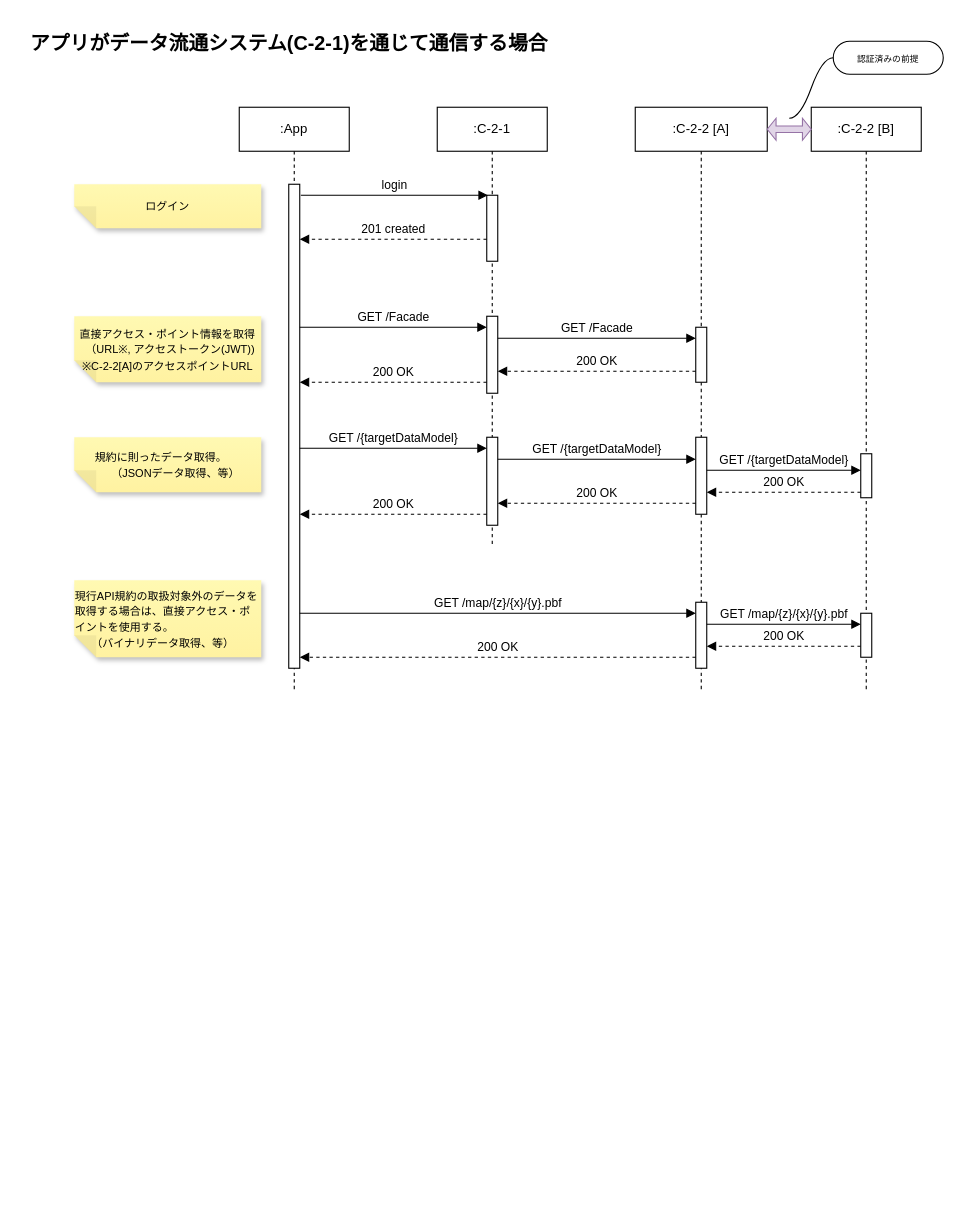
This is page "C-2-1経由" (1 of 4) of models/access-scheme.drawio from Sportacandy/C-2-2API, a draw.io file, before an edit. Source tidied: cells renumbered, new cells numbered last; positions are measured from the earlier drawing's top-left corner, leaving out a move shared by most shapes. Both pictures are drawn from the tidied source at 110%, with x=0, y=0 at pixel (19, 19).
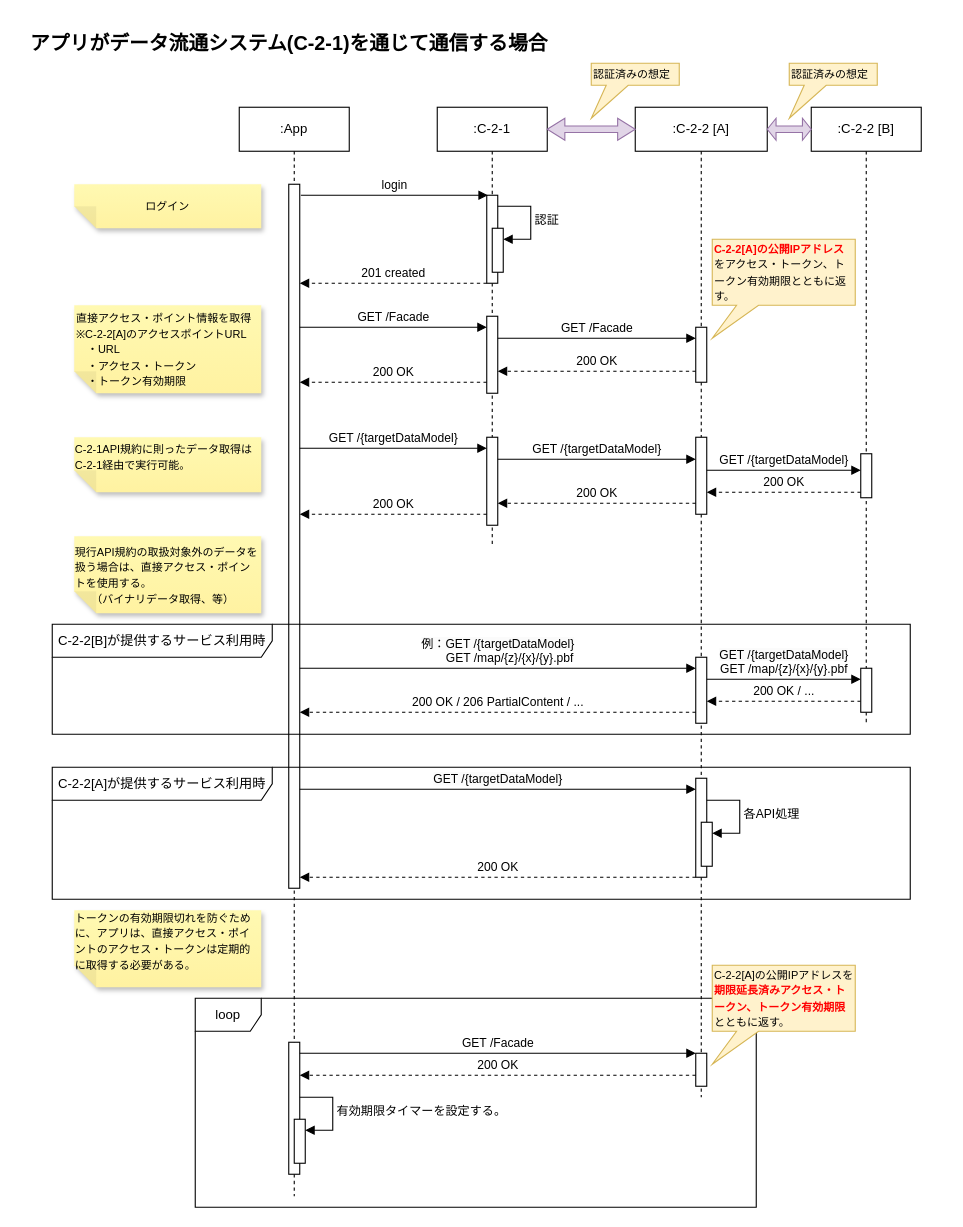
Above is the later version.

Unchanged cells that the change refers to:
```xml
<mxCell id="6" value=":C-2-1" style="shape=umlLifeline;perimeter=lifelinePerimeter;whiteSpace=wrap;html=1;outlineConnect=0;portConstraint=eastwest;newEdgeStyle={&quot;edgeStyle&quot;:&quot;elbowEdgeStyle&quot;,&quot;elbow&quot;:&quot;vertical&quot;,&quot;curved&quot;:0,&quot;rounded&quot;:0};" parent="1" vertex="1">
  <mxGeometry x="380" y="80" width="100" height="400" as="geometry" />
</mxCell>
```

Change to the diagram source:
```diff
@@
     <mxCell id="2" value=":C-2-2 [B]" style="shape=umlLifeline;perimeter=lifelinePerimeter;whiteSpace=wrap;html=1;newEdgeStyle={&quot;edgeStyle&quot;:&quot;elbowEdgeStyle&quot;,&quot;elbow&quot;:&quot;vertical&quot;,&quot;curved&quot;:0,&quot;rounded&quot;:0};" parent="1" vertex="1">
-      <mxGeometry x="720" y="80" width="100" height="530" as="geometry" />
+      <mxGeometry x="720" y="80" width="100" height="560" as="geometry" />
     </mxCell>
@@
     <mxCell id="4" value=":App" style="shape=umlLifeline;perimeter=lifelinePerimeter;whiteSpace=wrap;html=1;newEdgeStyle={&quot;edgeStyle&quot;:&quot;elbowEdgeStyle&quot;,&quot;elbow&quot;:&quot;vertical&quot;,&quot;curved&quot;:0,&quot;rounded&quot;:0};" parent="1" vertex="1">
-      <mxGeometry x="200" y="80" width="100" height="530" as="geometry" />
+      <mxGeometry x="200" y="80" width="100" height="990" as="geometry" />
     </mxCell>
     <mxCell id="5" style="html=1;points=[];perimeter=orthogonalPerimeter;outlineConnect=0;targetShapes=umlLifeline;portConstraint=eastwest;newEdgeStyle={&quot;edgeStyle&quot;:&quot;elbowEdgeStyle&quot;,&quot;elbow&quot;:&quot;vertical&quot;,&quot;curved&quot;:0,&quot;rounded&quot;:0};" parent="4" vertex="1">
-      <mxGeometry x="45" y="70" width="10" height="440" as="geometry" />
+      <mxGeometry x="45" y="70" width="10" height="640" as="geometry" />
     </mxCell>
+    <mxCell id="40" style="html=1;points=[[0,0,0,0,5],[0,1,0,0,-5],[1,0,0,0,5],[1,1,0,0,-5]];perimeter=orthogonalPerimeter;outlineConnect=0;targetShapes=umlLifeline;portConstraint=eastwest;newEdgeStyle={&quot;curved&quot;:0,&quot;rounded&quot;:0};" parent="4" vertex="1">
+      <mxGeometry x="45" y="850" width="10" height="120" as="geometry" />
+    </mxCell>
@@
     <mxCell id="8" style="html=1;points=[];perimeter=orthogonalPerimeter;outlineConnect=0;targetShapes=umlLifeline;portConstraint=eastwest;newEdgeStyle={&quot;edgeStyle&quot;:&quot;elbowEdgeStyle&quot;,&quot;elbow&quot;:&quot;vertical&quot;,&quot;curved&quot;:0,&quot;rounded&quot;:0};" parent="6" vertex="1">
-      <mxGeometry x="45" y="80" width="10" height="60" as="geometry" />
+      <mxGeometry x="45" y="80" width="10" height="80" as="geometry" />
     </mxCell>
@@
+    <mxCell id="41" style="html=1;points=[[0,0,0,0,5],[0,1,0,0,-5],[1,0,0,0,5],[1,1,0,0,-5]];perimeter=orthogonalPerimeter;outlineConnect=0;targetShapes=umlLifeline;portConstraint=eastwest;newEdgeStyle={&quot;curved&quot;:0,&quot;rounded&quot;:0};" parent="6" vertex="1">
+      <mxGeometry x="50" y="110" width="10" height="40" as="geometry" />
+    </mxCell>
+    <mxCell id="42" value="認証" style="html=1;align=left;spacingLeft=2;endArrow=block;rounded=0;edgeStyle=orthogonalEdgeStyle;curved=0;rounded=0;" parent="6" edge="1" target="41">
+      <mxGeometry relative="1" as="geometry">
+        <mxPoint x="55" y="90" as="sourcePoint" />
+        <Array as="points">
+          <mxPoint x="85" y="120" />
+        </Array>
+      </mxGeometry>
+    </mxCell>
@@
-    <mxCell id="12" value="201 created" style="html=1;verticalAlign=bottom;endArrow=block;edgeStyle=elbowEdgeStyle;elbow=vertical;curved=0;rounded=0;dashed=1;" parent="1" edge="1" source="8" target="5">
+    <mxCell id="12" value="201 created" style="html=1;verticalAlign=bottom;endArrow=block;edgeStyle=elbowEdgeStyle;elbow=vertical;curved=0;rounded=0;dashed=1;" parent="1" edge="1">
       <mxGeometry relative="1" as="geometry">
+        <mxPoint x="425" y="240" as="sourcePoint" />
+        <mxPoint x="255" y="240" as="targetPoint" />
         <Array as="points">
-          <mxPoint x="350" y="200" />
+          <mxPoint x="350" y="240" />
         </Array>
       </mxGeometry>
     </mxCell>
     <mxCell id="13" value=":C-2-2 [A]" style="shape=umlLifeline;perimeter=lifelinePerimeter;whiteSpace=wrap;html=1;newEdgeStyle={&quot;edgeStyle&quot;:&quot;elbowEdgeStyle&quot;,&quot;elbow&quot;:&quot;vertical&quot;,&quot;curved&quot;:0,&quot;rounded&quot;:0};" parent="1" vertex="1">
-      <mxGeometry x="560" y="80" width="120" height="530" as="geometry" />
+      <mxGeometry x="560" y="80" width="120" height="900" as="geometry" />
     </mxCell>
@@
     <mxCell id="15" style="html=1;points=[];perimeter=orthogonalPerimeter;outlineConnect=0;targetShapes=umlLifeline;portConstraint=eastwest;newEdgeStyle={&quot;edgeStyle&quot;:&quot;elbowEdgeStyle&quot;,&quot;elbow&quot;:&quot;vertical&quot;,&quot;curved&quot;:0,&quot;rounded&quot;:0};" parent="13" vertex="1">
-      <mxGeometry x="55" y="450" width="10" height="60" as="geometry" />
+      <mxGeometry x="55" y="500" width="10" height="60" as="geometry" />
     </mxCell>
-    <mxCell id="16" value="GET /map/{z}/{x}/{y}.pbf" style="html=1;verticalAlign=bottom;endArrow=block;edgeStyle=elbowEdgeStyle;elbow=horizontal;curved=0;rounded=0;" parent="13" edge="1" target="18">
+    <mxCell id="16" value="&lt;span style=&quot;background-color: rgb(251, 251, 251);&quot;&gt;GET /{targetDataModel}&lt;/span&gt;&lt;div&gt;GET /map/{z}/{x}/{y}.pbf&lt;/div&gt;" style="html=1;verticalAlign=bottom;endArrow=block;edgeStyle=elbowEdgeStyle;elbow=horizontal;curved=0;rounded=0;" parent="13" edge="1" target="18">
       <mxGeometry relative="1" as="geometry">
-        <mxPoint x="65" y="470" as="sourcePoint" />
+        <mxPoint x="65" y="520" as="sourcePoint" />
         <Array as="points">
-          <mxPoint x="150" y="470" />
+          <mxPoint x="150" y="520" />
         </Array>
       </mxGeometry>
     </mxCell>
-    <mxCell id="17" value="200 OK" style="html=1;verticalAlign=bottom;endArrow=block;edgeStyle=elbowEdgeStyle;elbow=vertical;curved=0;rounded=0;dashed=1;" parent="13" edge="1" source="18" target="15">
+    <mxCell id="17" value="200 OK / ..." style="html=1;verticalAlign=bottom;endArrow=block;edgeStyle=elbowEdgeStyle;elbow=vertical;curved=0;rounded=0;dashed=1;" parent="13" edge="1" source="18" target="15">
       <mxGeometry relative="1" as="geometry">
         <Array as="points">
-          <mxPoint x="130" y="490" />
+          <mxPoint x="130" y="540" />
         </Array>
       </mxGeometry>
     </mxCell>
     <mxCell id="18" style="html=1;points=[];perimeter=orthogonalPerimeter;outlineConnect=0;targetShapes=umlLifeline;portConstraint=eastwest;newEdgeStyle={&quot;edgeStyle&quot;:&quot;elbowEdgeStyle&quot;,&quot;elbow&quot;:&quot;vertical&quot;,&quot;curved&quot;:0,&quot;rounded&quot;:0};" parent="13" vertex="1">
-      <mxGeometry x="205" y="460" width="10" height="40" as="geometry" />
+      <mxGeometry x="205" y="510" width="10" height="40" as="geometry" />
     </mxCell>
@@
+    <mxCell id="43" style="html=1;points=[[0,0,0,0,5],[0,1,0,0,-5],[1,0,0,0,5],[1,1,0,0,-5]];perimeter=orthogonalPerimeter;outlineConnect=0;targetShapes=umlLifeline;portConstraint=eastwest;newEdgeStyle={&quot;curved&quot;:0,&quot;rounded&quot;:0};" parent="13" vertex="1">
+      <mxGeometry x="55" y="860" width="10" height="30" as="geometry" />
+    </mxCell>
+    <mxCell id="44" style="html=1;points=[[0,0,0,0,5],[0,1,0,0,-5],[1,0,0,0,5],[1,1,0,0,-5]];perimeter=orthogonalPerimeter;outlineConnect=0;targetShapes=umlLifeline;portConstraint=eastwest;newEdgeStyle={&quot;curved&quot;:0,&quot;rounded&quot;:0};" parent="13" vertex="1">
+      <mxGeometry x="55" y="610" width="10" height="90" as="geometry" />
+    </mxCell>
+    <mxCell id="45" style="html=1;points=[[0,0,0,0,5],[0,1,0,0,-5],[1,0,0,0,5],[1,1,0,0,-5]];perimeter=orthogonalPerimeter;outlineConnect=0;targetShapes=umlLifeline;portConstraint=eastwest;newEdgeStyle={&quot;curved&quot;:0,&quot;rounded&quot;:0};" parent="13" vertex="1">
+      <mxGeometry x="60" y="650" width="10" height="40" as="geometry" />
+    </mxCell>
+    <mxCell id="46" value="各API処理" style="html=1;align=left;spacingLeft=2;endArrow=block;rounded=0;edgeStyle=orthogonalEdgeStyle;curved=0;rounded=0;" parent="13" edge="1" target="45">
+      <mxGeometry relative="1" as="geometry">
+        <mxPoint x="65" y="630" as="sourcePoint" />
+        <Array as="points">
+          <mxPoint x="95" y="660" />
+        </Array>
+      </mxGeometry>
+    </mxCell>
@@
-    <mxCell id="25" value="&lt;div style=&quot;text-align: left;&quot;&gt;&lt;span style=&quot;font-size: 10px; background-color: initial;&quot;&gt;直接アクセス・ポイント情報を取得&lt;/span&gt;&lt;/div&gt;&lt;font style=&quot;font-size: 10px;&quot;&gt;　（URL※, アクセストークン(JWT))&lt;br&gt;※C-2-2[A]のアクセスポイントURL&lt;/font&gt;" style="shape=note;whiteSpace=wrap;html=1;backgroundOutline=1;fontColor=#000000;darkOpacity=0.05;fillColor=#FFF9B2;strokeColor=none;fillStyle=solid;direction=west;gradientDirection=north;gradientColor=#FFF2A1;shadow=1;size=20;" parent="1" vertex="1">
-      <mxGeometry x="50" y="270" width="170" height="60" as="geometry" />
-    </mxCell>
-    <mxCell id="26" value="&lt;div style=&quot;text-align: left;&quot;&gt;&lt;span style=&quot;font-size: 10px;&quot;&gt;現行API規約の取扱対象外のデータを取得する場合は、直接アクセス・ポイントを使用する。&lt;br&gt;　　（バイナリデータ取得、等）&lt;/span&gt;&lt;/div&gt;" style="shape=note;whiteSpace=wrap;html=1;backgroundOutline=1;fontColor=#000000;darkOpacity=0.05;fillColor=#FFF9B2;strokeColor=none;fillStyle=solid;direction=west;gradientDirection=north;gradientColor=#FFF2A1;shadow=1;size=20;" parent="1" vertex="1">
-      <mxGeometry x="50" y="510" width="170" height="70" as="geometry" />
+    <mxCell id="26" value="&lt;div style=&quot;text-align: left;&quot;&gt;&lt;span style=&quot;font-size: 10px;&quot;&gt;現行API規約の取扱対象外のデータを扱う場合は、直接アクセス・ポイントを使用する。&lt;br&gt;　　（バイナリデータ取得、等）&lt;/span&gt;&lt;/div&gt;" style="shape=note;whiteSpace=wrap;html=1;backgroundOutline=1;fontColor=#000000;darkOpacity=0.05;fillColor=#FFF9B2;strokeColor=none;fillStyle=solid;direction=west;gradientDirection=north;gradientColor=#FFF2A1;shadow=1;size=20;" parent="1" vertex="1">
+      <mxGeometry x="50" y="470" width="170" height="70" as="geometry" />
     </mxCell>
@@
-    <mxCell id="28" value="GET /map/{z}/{x}/{y}.pbf" style="html=1;verticalAlign=bottom;endArrow=block;edgeStyle=elbowEdgeStyle;elbow=horizontal;curved=0;rounded=0;" parent="1" edge="1" source="5" target="15">
+    <mxCell id="28" value="&lt;span style=&quot;background-color: rgb(251, 251, 251);&quot;&gt;例：GET /{targetDataModel}&lt;br&gt;&lt;/span&gt;&amp;nbsp; &amp;nbsp; &amp;nbsp; &amp;nbsp;GET /map/{z}/{x}/{y}.pbf" style="html=1;verticalAlign=bottom;endArrow=block;edgeStyle=elbowEdgeStyle;elbow=horizontal;curved=0;rounded=0;" parent="1" edge="1" target="15">
       <mxGeometry relative="1" as="geometry">
+        <mxPoint x="255" y="590" as="sourcePoint" />
         <Array as="points">
-          <mxPoint x="555" y="540" />
+          <mxPoint x="555" y="590" />
         </Array>
       </mxGeometry>
     </mxCell>
-    <mxCell id="29" value="200 OK" style="html=1;verticalAlign=bottom;endArrow=block;edgeStyle=elbowEdgeStyle;elbow=vertical;curved=0;rounded=0;dashed=1;" parent="1" edge="1" source="15" target="5">
+    <mxCell id="29" value="200 OK / 206 PartialContent / ..." style="html=1;verticalAlign=bottom;endArrow=block;edgeStyle=elbowEdgeStyle;elbow=vertical;curved=0;rounded=0;dashed=1;" parent="1" edge="1" source="15">
       <mxGeometry relative="1" as="geometry">
+        <mxPoint x="255" y="630" as="targetPoint" />
         <Array as="points">
-          <mxPoint x="535" y="580" />
+          <mxPoint x="535" y="630" />
         </Array>
       </mxGeometry>
     </mxCell>
@@
-    <mxCell id="36" value="&lt;div style=&quot;text-align: left;&quot;&gt;&lt;span style=&quot;font-size: 10px;&quot;&gt;規約に則ったデータ取得。&lt;br&gt;　　（JSONデータ取得、等）&lt;/span&gt;&lt;/div&gt;" style="shape=note;whiteSpace=wrap;html=1;backgroundOutline=1;fontColor=#000000;darkOpacity=0.05;fillColor=#FFF9B2;strokeColor=none;fillStyle=solid;direction=west;gradientDirection=north;gradientColor=#FFF2A1;shadow=1;size=20;" parent="1" vertex="1">
+    <mxCell id="36" value="&lt;div style=&quot;text-align: left;&quot;&gt;&lt;span style=&quot;font-size: 10px;&quot;&gt;C-2-1API規約に則ったデータ取得はC-2-1経由で実行可能。&lt;br&gt;　　&lt;/span&gt;&lt;/div&gt;" style="shape=note;whiteSpace=wrap;html=1;backgroundOutline=1;fontColor=#000000;darkOpacity=0.05;fillColor=#FFF9B2;strokeColor=none;fillStyle=solid;direction=west;gradientDirection=north;gradientColor=#FFF2A1;shadow=1;size=20;" parent="1" vertex="1">
       <mxGeometry x="50" y="380" width="170" height="50" as="geometry" />
     </mxCell>
@@
-    <mxCell id="38" value="&lt;span style=&quot;font-size: 8px;&quot;&gt;認証済みの前提&lt;/span&gt;" style="whiteSpace=wrap;html=1;rounded=1;arcSize=50;align=center;verticalAlign=middle;strokeWidth=1;spacing=4;newEdgeStyle={&quot;edgeStyle&quot;:&quot;entityRelationEdgeStyle&quot;,&quot;startArrow&quot;:&quot;none&quot;,&quot;endArrow&quot;:&quot;none&quot;,&quot;segment&quot;:10,&quot;curved&quot;:1,&quot;sourcePerimeterSpacing&quot;:0,&quot;targetPerimeterSpacing&quot;:0};" parent="1" vertex="1">
-      <mxGeometry x="740" y="20" width="100" height="30" as="geometry" />
-    </mxCell>
-    <mxCell id="39" style="edgeStyle=entityRelationEdgeStyle;startArrow=none;endArrow=none;segment=10;curved=1;sourcePerimeterSpacing=0;targetPerimeterSpacing=0;rounded=0;" parent="1" edge="1" target="38">
-      <mxGeometry relative="1" as="geometry">
-        <mxPoint x="700" y="90" as="sourcePoint" />
-        <Array as="points">
-          <mxPoint x="700" y="50" />
-        </Array>
-      </mxGeometry>
-    </mxCell>
+    <mxCell id="47" value="&lt;font style=&quot;font-size: 10px;&quot;&gt;&lt;b&gt;&lt;font color=&quot;#ff0000&quot;&gt;C-2-2[A]の公開IPアドレス&lt;/font&gt;&lt;/b&gt;をアクセス・トークン、トークン有効期限とともに返す。　&lt;/font&gt;" style="shape=callout;whiteSpace=wrap;html=1;perimeter=calloutPerimeter;position2=0;fillColor=#fff2cc;strokeColor=#d6b656;align=left;size=30;position=0.17;" parent="1" vertex="1">
+      <mxGeometry x="630" y="200" width="130" height="90" as="geometry" />
+    </mxCell>
+    <mxCell id="48" value="GET /Facade" style="html=1;verticalAlign=bottom;endArrow=block;edgeStyle=elbowEdgeStyle;elbow=horizontal;curved=0;rounded=0;" parent="1" edge="1" source="40" target="43">
+      <mxGeometry relative="1" as="geometry">
+        <Array as="points">
+          <mxPoint x="525" y="940" />
+        </Array>
+      </mxGeometry>
+    </mxCell>
+    <mxCell id="49" value="200 OK" style="html=1;verticalAlign=bottom;endArrow=block;edgeStyle=elbowEdgeStyle;elbow=vertical;curved=0;rounded=0;dashed=1;" parent="1" edge="1" source="43" target="40">
+      <mxGeometry relative="1" as="geometry">
+        <Array as="points">
+          <mxPoint x="530" y="960" />
+        </Array>
+      </mxGeometry>
+    </mxCell>
+    <mxCell id="50" value="loop" style="shape=umlFrame;whiteSpace=wrap;html=1;" parent="1" vertex="1">
+      <mxGeometry x="160" y="890" width="510" height="190" as="geometry" />
+    </mxCell>
+    <mxCell id="51" value="&lt;font style=&quot;font-size: 10px;&quot;&gt;C-2-2[A]の公開IPアドレスを&lt;b&gt;&lt;font color=&quot;#ff0000&quot;&gt;期限延長済みアクセス・トークン、トークン有効期限&lt;/font&gt;&lt;/b&gt;とともに返す。　&lt;/font&gt;" style="shape=callout;whiteSpace=wrap;html=1;perimeter=calloutPerimeter;position2=0;fillColor=#fff2cc;strokeColor=#d6b656;align=left;size=30;position=0.17;" parent="1" vertex="1">
+      <mxGeometry x="630" y="860" width="130" height="90" as="geometry" />
+    </mxCell>
+    <mxCell id="52" style="html=1;points=[[0,0,0,0,5],[0,1,0,0,-5],[1,0,0,0,5],[1,1,0,0,-5]];perimeter=orthogonalPerimeter;outlineConnect=0;targetShapes=umlLifeline;portConstraint=eastwest;newEdgeStyle={&quot;curved&quot;:0,&quot;rounded&quot;:0};" parent="1" vertex="1">
+      <mxGeometry x="250" y="1000" width="10" height="40" as="geometry" />
+    </mxCell>
+    <mxCell id="53" value="有効期限タイマーを設定する。" style="html=1;align=left;spacingLeft=2;endArrow=block;rounded=0;edgeStyle=orthogonalEdgeStyle;curved=0;rounded=0;" parent="1" edge="1" target="52">
+      <mxGeometry relative="1" as="geometry">
+        <mxPoint x="255" y="980" as="sourcePoint" />
+        <Array as="points">
+          <mxPoint x="285" y="1010" />
+        </Array>
+      </mxGeometry>
+    </mxCell>
+    <mxCell id="54" value="&lt;div style=&quot;text-align: left;&quot;&gt;&lt;span style=&quot;font-size: 10px;&quot;&gt;トークンの有効期限切れを防ぐために、アプリは、&lt;/span&gt;&lt;span style=&quot;font-size: 10px; background-color: initial;&quot;&gt;直接アクセス・ポイントのアクセス・トークンは定期的に取得する必要がある。&lt;/span&gt;&lt;/div&gt;&lt;div style=&quot;text-align: left;&quot;&gt;&lt;span style=&quot;font-size: 10px; background-color: initial;&quot;&gt;&lt;br&gt;&lt;/span&gt;&lt;/div&gt;" style="shape=note;whiteSpace=wrap;html=1;backgroundOutline=1;fontColor=#000000;darkOpacity=0.05;fillColor=#FFF9B2;strokeColor=none;fillStyle=solid;direction=west;gradientDirection=north;gradientColor=#FFF2A1;shadow=1;size=20;" parent="1" vertex="1">
+      <mxGeometry x="50" y="810" width="170" height="70" as="geometry" />
+    </mxCell>
+    <mxCell id="55" value="&lt;div style=&quot;&quot;&gt;&lt;span style=&quot;font-size: 10px; background-color: initial;&quot;&gt;直接アクセス・ポイント情報を取得&lt;/span&gt;&lt;/div&gt;&lt;div style=&quot;&quot;&gt;&lt;span style=&quot;font-size: 10px; text-align: center;&quot;&gt;※C-2-2[A]のアクセスポイントURL&lt;/span&gt;&lt;span style=&quot;font-size: 10px; background-color: initial;&quot;&gt;&lt;br&gt;&lt;/span&gt;&lt;/div&gt;&lt;font style=&quot;font-size: 10px;&quot;&gt;　・URL&lt;/font&gt;&lt;div&gt;&lt;font style=&quot;font-size: 10px;&quot;&gt;　・アクセス・トークン&lt;/font&gt;&lt;/div&gt;&lt;div&gt;&lt;font style=&quot;font-size: 10px;&quot;&gt;　・トークン有効期限&lt;/font&gt;&lt;/div&gt;" style="shape=note;whiteSpace=wrap;html=1;backgroundOutline=1;fontColor=#000000;darkOpacity=0.05;fillColor=#FFF9B2;strokeColor=none;fillStyle=solid;direction=west;gradientDirection=north;gradientColor=#FFF2A1;shadow=1;size=20;align=left;" parent="1" vertex="1">
+      <mxGeometry x="50" y="260" width="170" height="80" as="geometry" />
+    </mxCell>
+    <mxCell id="56" value="&lt;font style=&quot;font-size: 10px;&quot;&gt;認証済みの想定&lt;/font&gt;" style="shape=callout;whiteSpace=wrap;html=1;perimeter=calloutPerimeter;position2=0;fillColor=#fff2cc;strokeColor=#d6b656;align=left;size=30;position=0.17;" parent="1" vertex="1">
+      <mxGeometry x="700" y="40" width="80" height="50" as="geometry" />
+    </mxCell>
+    <mxCell id="57" style="shape=doubleArrow;whiteSpace=wrap;html=1;fillColor=#e1d5e7;strokeColor=#9673a6;" parent="1" vertex="1">
+      <mxGeometry x="480" y="90" width="80" height="20" as="geometry" />
+    </mxCell>
+    <mxCell id="58" value="&lt;font style=&quot;font-size: 10px;&quot;&gt;認証済みの想定&lt;/font&gt;" style="shape=callout;whiteSpace=wrap;html=1;perimeter=calloutPerimeter;position2=0;fillColor=#fff2cc;strokeColor=#d6b656;align=left;size=30;position=0.17;" parent="1" vertex="1">
+      <mxGeometry x="520" y="40" width="80" height="50" as="geometry" />
+    </mxCell>
+    <mxCell id="59" value="&lt;span style=&quot;background-color: rgb(251, 251, 251);&quot;&gt;GET /{targetDataModel}&lt;/span&gt;" style="html=1;verticalAlign=bottom;endArrow=block;edgeStyle=elbowEdgeStyle;elbow=horizontal;curved=0;rounded=0;" parent="1" edge="1" target="44">
+      <mxGeometry relative="1" as="geometry">
+        <mxPoint x="255" y="700" as="sourcePoint" />
+        <Array as="points">
+          <mxPoint x="550" y="700" />
+        </Array>
+      </mxGeometry>
+    </mxCell>
+    <mxCell id="60" value="200 OK" style="html=1;verticalAlign=bottom;endArrow=block;edgeStyle=elbowEdgeStyle;elbow=vertical;curved=0;rounded=0;dashed=1;" parent="1" edge="1" source="44">
+      <mxGeometry relative="1" as="geometry">
+        <mxPoint x="255" y="780" as="targetPoint" />
+        <Array as="points">
+          <mxPoint x="530" y="780" />
+        </Array>
+      </mxGeometry>
+    </mxCell>
+    <mxCell id="61" value="C-2-2[A]が提供するサービス利用時" style="shape=umlFrame;whiteSpace=wrap;html=1;width=200;height=30;" parent="1" vertex="1">
+      <mxGeometry x="30" y="680" width="780" height="120" as="geometry" />
+    </mxCell>
+    <mxCell id="62" value="C-2-2[B]が提供するサービス利用時" style="shape=umlFrame;whiteSpace=wrap;html=1;width=200;height=30;" parent="1" vertex="1">
+      <mxGeometry x="30" y="550" width="780" height="100" as="geometry" />
+    </mxCell>
```
